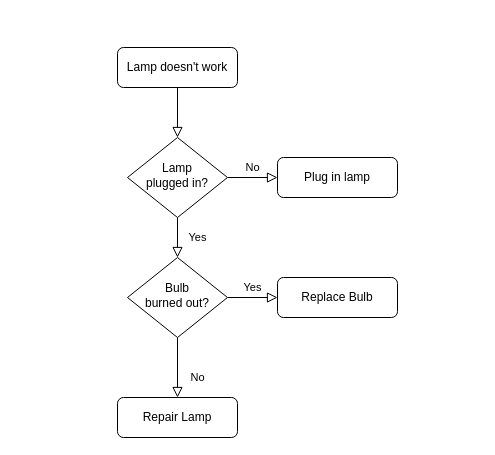
Above: apuntes.drawio in NyanCat6886/Java-basic-stuff (draw.io), before the change. Source tidied: cells renumbered, new cells numbered last; positions are measured from the earlier drawing's top-left corner, leaving out a move shared by most shapes. Both pictures are drawn from the tidied source at 100%, with x=0, y=0 at pixel (117, 47).
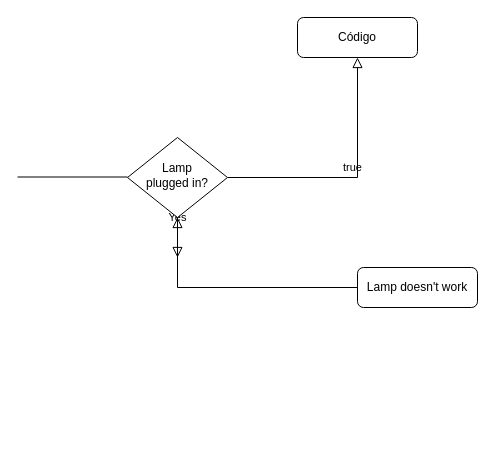
Above is the later version.

What changed in the source:
```diff
@@
 <mxGraphModel>
   <root>
     <mxCell id="0" />
     <mxCell id="1" parent="0" />
     <mxCell id="2" style="rounded=0;html=1;jettySize=auto;fontSize=11;endArrow=block;endFill=0;endSize=8;strokeWidth=1;shadow=0;labelBackgroundColor=none;edgeStyle=orthogonalEdgeStyle;" parent="1" edge="1" source="3" target="6">
       <mxGeometry relative="1" as="geometry" />
     </mxCell>
     <mxCell id="3" value="Lamp doesn't work" style="rounded=1;whiteSpace=wrap;html=1;fontSize=12;glass=0;strokeWidth=1;shadow=0;" parent="1" vertex="1">
-      <mxGeometry width="120" height="40" as="geometry" />
+      <mxGeometry x="240" y="220" width="120" height="40" as="geometry" />
     </mxCell>
-    <mxCell id="4" value="Yes" style="rounded=0;html=1;jettySize=auto;fontSize=11;endArrow=block;endFill=0;endSize=8;strokeWidth=1;shadow=0;labelBackgroundColor=none;edgeStyle=orthogonalEdgeStyle;" parent="1" edge="1" source="6" target="10">
-      <mxGeometry y="20" relative="1" as="geometry" />
+    <mxCell id="4" value="Yes" style="rounded=0;html=1;jettySize=auto;fontSize=11;endArrow=block;endFill=0;endSize=8;strokeWidth=1;shadow=0;labelBackgroundColor=none;edgeStyle=orthogonalEdgeStyle;" parent="1" edge="1" source="6">
+      <mxGeometry y="20" relative="1" as="geometry">
+        <mxPoint x="60" y="210" as="targetPoint" />
+      </mxGeometry>
     </mxCell>
-    <mxCell id="5" value="No" style="edgeStyle=orthogonalEdgeStyle;rounded=0;html=1;jettySize=auto;fontSize=11;endArrow=block;endFill=0;endSize=8;strokeWidth=1;shadow=0;labelBackgroundColor=none;" parent="1" edge="1" source="6" target="7">
+    <mxCell id="5" value="true" style="edgeStyle=orthogonalEdgeStyle;rounded=0;html=1;jettySize=auto;fontSize=11;endArrow=block;endFill=0;endSize=8;strokeWidth=1;shadow=0;labelBackgroundColor=none;" parent="1" edge="1" source="6" target="7">
       <mxGeometry y="10" relative="1" as="geometry" />
     </mxCell>
     <mxCell id="6" value="Lamp&lt;br&gt;plugged in?" style="rhombus;whiteSpace=wrap;html=1;shadow=0;fontFamily=Helvetica;fontSize=12;align=center;strokeWidth=1;spacing=6;spacingTop=-4;" parent="1" vertex="1">
       <mxGeometry x="10" y="90" width="100" height="80" as="geometry" />
     </mxCell>
-    <mxCell id="7" value="Plug in lamp" style="rounded=1;whiteSpace=wrap;html=1;fontSize=12;glass=0;strokeWidth=1;shadow=0;" parent="1" vertex="1">
-      <mxGeometry x="160" y="110" width="120" height="40" as="geometry" />
+    <mxCell id="7" value="Código" style="rounded=1;whiteSpace=wrap;html=1;fontSize=12;glass=0;strokeWidth=1;shadow=0;" parent="1" vertex="1">
+      <mxGeometry x="180" y="-30" width="120" height="40" as="geometry" />
     </mxCell>
-    <mxCell id="8" value="No" style="rounded=0;html=1;jettySize=auto;fontSize=11;endArrow=block;endFill=0;endSize=8;strokeWidth=1;shadow=0;labelBackgroundColor=none;edgeStyle=orthogonalEdgeStyle;" parent="1" edge="1" source="10" target="11">
-      <mxGeometry x="0.33" y="20" relative="1" as="geometry" />
-    </mxCell>
-    <mxCell id="9" value="Yes" style="edgeStyle=orthogonalEdgeStyle;rounded=0;html=1;jettySize=auto;fontSize=11;endArrow=block;endFill=0;endSize=8;strokeWidth=1;shadow=0;labelBackgroundColor=none;" parent="1" edge="1" source="10" target="12">
-      <mxGeometry y="10" relative="1" as="geometry" />
-    </mxCell>
-    <mxCell id="10" value="Bulb&lt;br&gt;burned out?" style="rhombus;whiteSpace=wrap;html=1;shadow=0;fontFamily=Helvetica;fontSize=12;align=center;strokeWidth=1;spacing=6;spacingTop=-4;" parent="1" vertex="1">
-      <mxGeometry x="10" y="210" width="100" height="80" as="geometry" />
-    </mxCell>
-    <mxCell id="11" value="Repair Lamp" style="rounded=1;whiteSpace=wrap;html=1;fontSize=12;glass=0;strokeWidth=1;shadow=0;" parent="1" vertex="1">
-      <mxGeometry y="350" width="120" height="40" as="geometry" />
-    </mxCell>
-    <mxCell id="12" value="Replace Bulb" style="rounded=1;whiteSpace=wrap;html=1;fontSize=12;glass=0;strokeWidth=1;shadow=0;" parent="1" vertex="1">
-      <mxGeometry x="160" y="230" width="120" height="40" as="geometry" />
-    </mxCell>
+    <mxCell id="13" style="endArrow=none;html=1;rounded=0;" parent="1" edge="1">
+      <mxGeometry relative="1" as="geometry">
+        <mxPoint x="-100" y="129.5" as="sourcePoint" />
+        <mxPoint x="10" y="129.5" as="targetPoint" />
+      </mxGeometry>
+    </mxCell>
   </root>
 </mxGraphModel>
```
